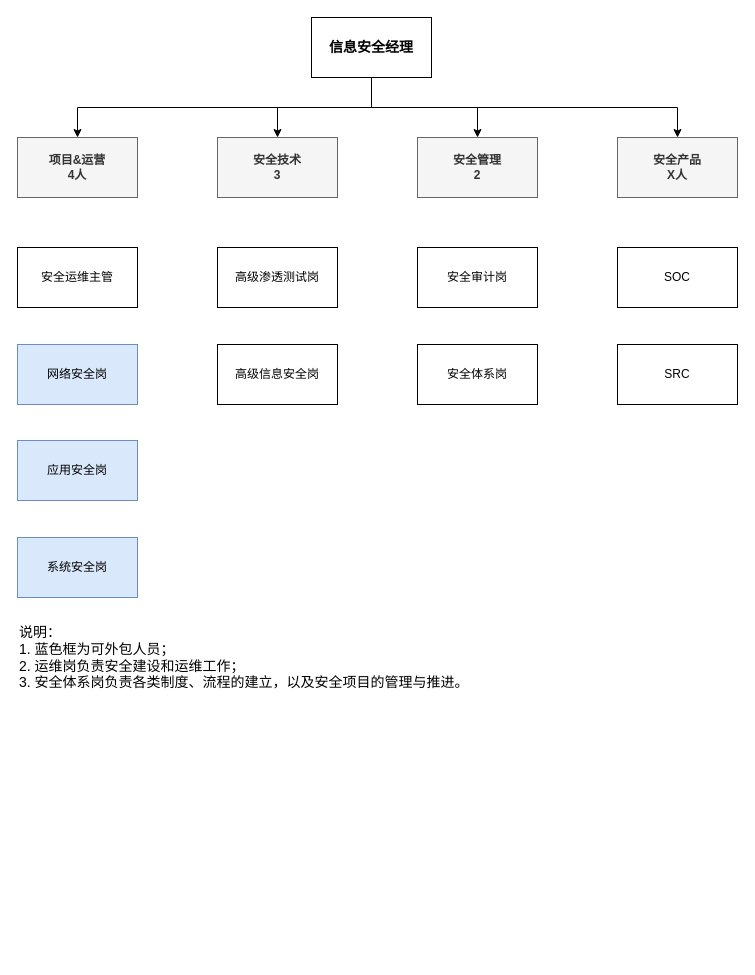
zhaopoint/GitHack keeps this draw.io diagram as page "第 2 页" (2 of 2) of Untitled Diagram.drawio. Above is the earlier version. Source tidied: cells renumbered, new cells numbered last; positions are measured from the earlier drawing's top-left corner, leaving out a move shared by most shapes. Both pictures are drawn from the tidied source at 100%, with x=0, y=0 at pixel (17, 17).
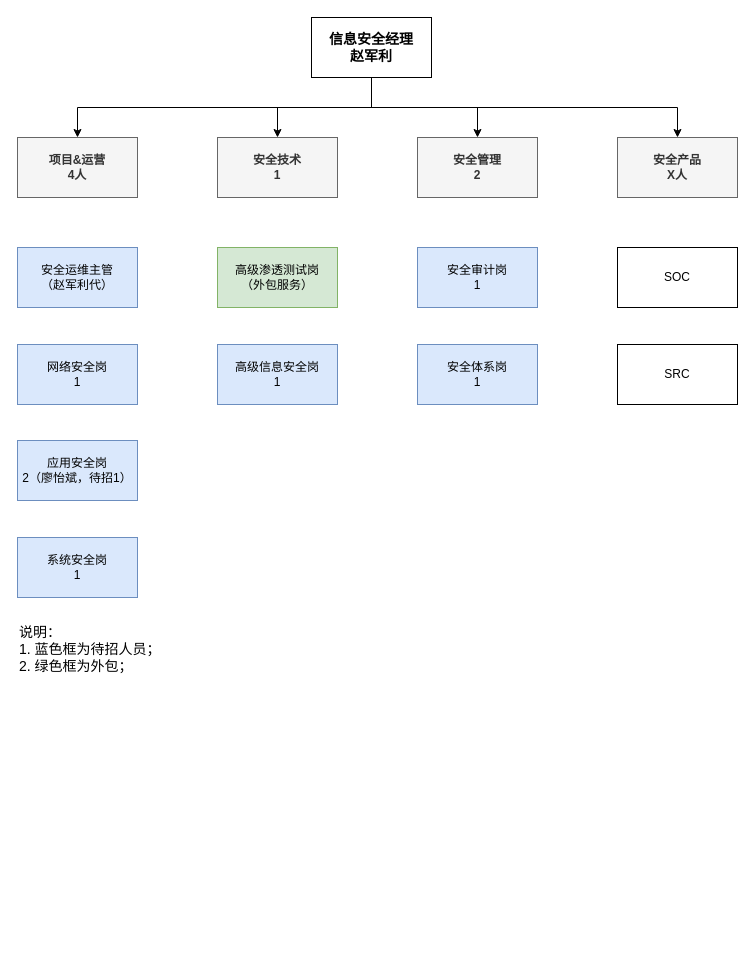
The same diagram, later.

Diff of the diagram source:
```diff
@@
-    <mxCell id="2" value="系统安全岗" style="rounded=0;whiteSpace=wrap;html=1;fillColor=#dae8fc;strokeColor=#6c8ebf;" parent="1" vertex="1">
+    <mxCell id="2" value="系统安全岗&lt;br&gt;1" style="rounded=0;whiteSpace=wrap;html=1;fillColor=#dae8fc;strokeColor=#6c8ebf;" parent="1" vertex="1">
       <mxGeometry y="520" width="120" height="60" as="geometry" />
     </mxCell>
-    <mxCell id="3" value="网络安全岗" style="rounded=0;whiteSpace=wrap;html=1;fillColor=#dae8fc;strokeColor=#6c8ebf;" parent="1" vertex="1">
+    <mxCell id="3" value="网络安全岗&lt;br&gt;1" style="rounded=0;whiteSpace=wrap;html=1;fillColor=#dae8fc;strokeColor=#6c8ebf;" parent="1" vertex="1">
       <mxGeometry y="327" width="120" height="60" as="geometry" />
     </mxCell>
-    <mxCell id="4" value="高级渗透测试岗" style="rounded=0;whiteSpace=wrap;html=1;" parent="1" vertex="1">
+    <mxCell id="4" value="高级渗透测试岗&lt;br&gt;（外包服务）" style="rounded=0;whiteSpace=wrap;html=1;fillColor=#d5e8d4;strokeColor=#82b366;" parent="1" vertex="1">
       <mxGeometry x="200" y="230" width="120" height="60" as="geometry" />
     </mxCell>
-    <mxCell id="5" value="应用安全岗" style="rounded=0;whiteSpace=wrap;html=1;fillColor=#dae8fc;strokeColor=#6c8ebf;" parent="1" vertex="1">
+    <mxCell id="5" value="应用安全岗&lt;br&gt;2（廖怡斌，待招1）" style="rounded=0;whiteSpace=wrap;html=1;fillColor=#dae8fc;strokeColor=#6c8ebf;" parent="1" vertex="1">
       <mxGeometry y="423" width="120" height="60" as="geometry" />
     </mxCell>
@@
-    <mxCell id="10" value="信息安全经理" style="rounded=0;whiteSpace=wrap;html=1;fontStyle=1;fontSize=14;" parent="1" vertex="1">
+    <mxCell id="10" value="信息安全经理&lt;br&gt;赵军利" style="rounded=0;whiteSpace=wrap;html=1;fontStyle=1;fontSize=14;" parent="1" vertex="1">
       <mxGeometry x="294" width="120" height="60" as="geometry" />
     </mxCell>
@@
-    <mxCell id="12" value="安全体系岗" style="rounded=0;whiteSpace=wrap;html=1;" parent="1" vertex="1">
+    <mxCell id="12" value="安全体系岗&lt;br&gt;1" style="rounded=0;whiteSpace=wrap;html=1;fillColor=#dae8fc;strokeColor=#6c8ebf;" parent="1" vertex="1">
       <mxGeometry x="400" y="327" width="120" height="60" as="geometry" />
     </mxCell>
-    <mxCell id="13" value="安全审计岗" style="rounded=0;whiteSpace=wrap;html=1;" parent="1" vertex="1">
+    <mxCell id="13" value="安全审计岗&lt;br&gt;1" style="rounded=0;whiteSpace=wrap;html=1;fillColor=#dae8fc;strokeColor=#6c8ebf;" parent="1" vertex="1">
       <mxGeometry x="400" y="230" width="120" height="60" as="geometry" />
     </mxCell>
@@
-    <mxCell id="15" value="安全技术&lt;br&gt;3" style="rounded=0;whiteSpace=wrap;html=1;fontStyle=1;labelBackgroundColor=none;fillColor=#f5f5f5;strokeColor=#666666;fontColor=#333333;" parent="1" vertex="1">
+    <mxCell id="15" value="安全技术&lt;br&gt;1" style="rounded=0;whiteSpace=wrap;html=1;fontStyle=1;labelBackgroundColor=none;fillColor=#f5f5f5;strokeColor=#666666;fontColor=#333333;" parent="1" vertex="1">
       <mxGeometry x="200" y="120" width="120" height="60" as="geometry" />
     </mxCell>
@@
-    <mxCell id="18" value="安全运维主管" style="rounded=0;whiteSpace=wrap;html=1;" parent="1" vertex="1">
+    <mxCell id="18" value="安全运维主管&lt;br&gt;（赵军利代）" style="rounded=0;whiteSpace=wrap;html=1;fillColor=#dae8fc;strokeColor=#6c8ebf;" parent="1" vertex="1">
       <mxGeometry y="230" width="120" height="60" as="geometry" />
     </mxCell>
-    <mxCell id="19" value="说明：&lt;br&gt;1. 蓝色框为可外包人员；&lt;br&gt;2. 运维岗负责安全建设和运维工作；&lt;br&gt;3. 安全体系岗负责各类制度、流程的建立，以及安全项目的管理与推进。&lt;br&gt;" style="text;html=1;strokeColor=none;fillColor=none;align=left;verticalAlign=top;whiteSpace=wrap;rounded=0;labelBackgroundColor=none;fontSize=14;horizontal=1;" parent="1" vertex="1">
+    <mxCell id="19" value="说明：&lt;br&gt;1. 蓝色框为待招人员；&lt;br&gt;2. 绿色框为外包；" style="text;html=1;strokeColor=none;fillColor=none;align=left;verticalAlign=top;whiteSpace=wrap;rounded=0;labelBackgroundColor=none;fontSize=14;horizontal=1;" parent="1" vertex="1">
       <mxGeometry y="600" width="720" height="340" as="geometry" />
     </mxCell>
@@
-    <mxCell id="21" value="高级信息安全岗" style="rounded=0;whiteSpace=wrap;html=1;" parent="1" vertex="1">
+    <mxCell id="21" value="高级信息安全岗&lt;br&gt;1" style="rounded=0;whiteSpace=wrap;html=1;fillColor=#dae8fc;strokeColor=#6c8ebf;" parent="1" vertex="1">
       <mxGeometry x="200" y="327" width="120" height="60" as="geometry" />
     </mxCell>
```
